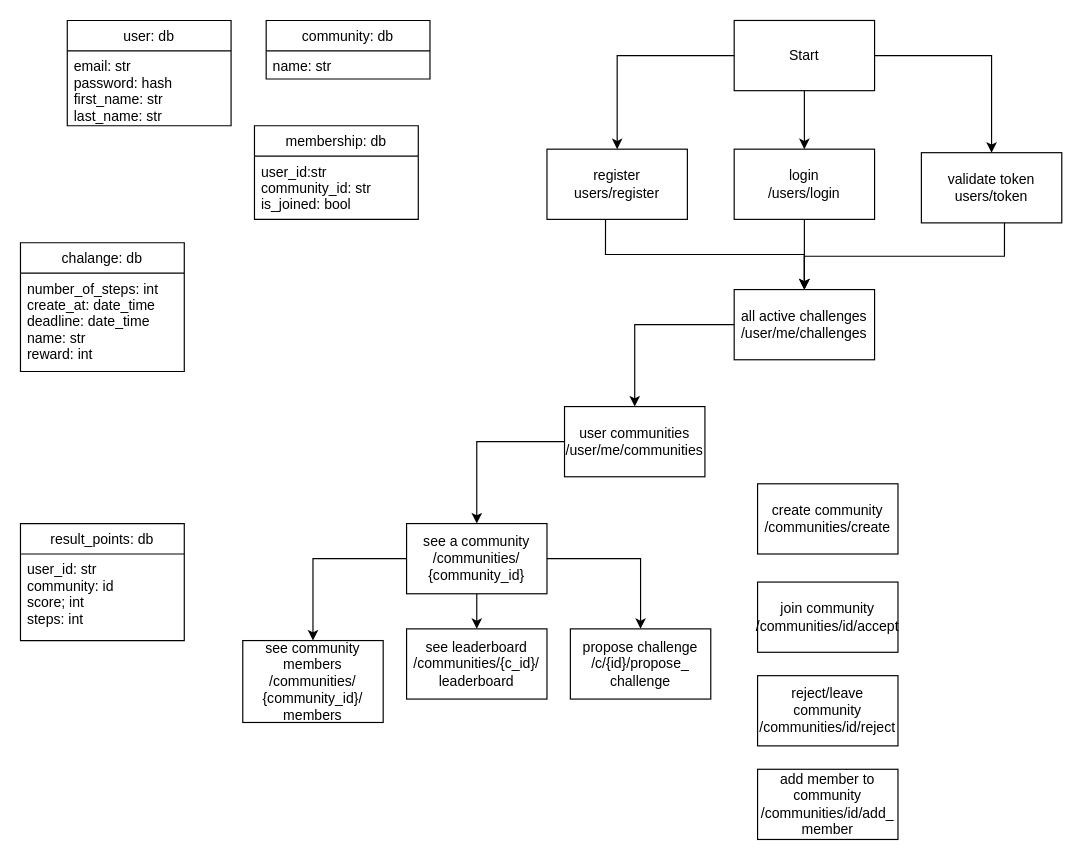
Baba-Yaga-Bv/Moove-old keeps this draw.io diagram as api_2020.drawio. Above is the earlier version. Source tidied: cells renumbered, new cells numbered last; positions are measured from the earlier drawing's top-left corner, leaving out a move shared by most shapes. Both pictures are drawn from the tidied source at 117%, with x=0, y=0 at pixel (20, 20).
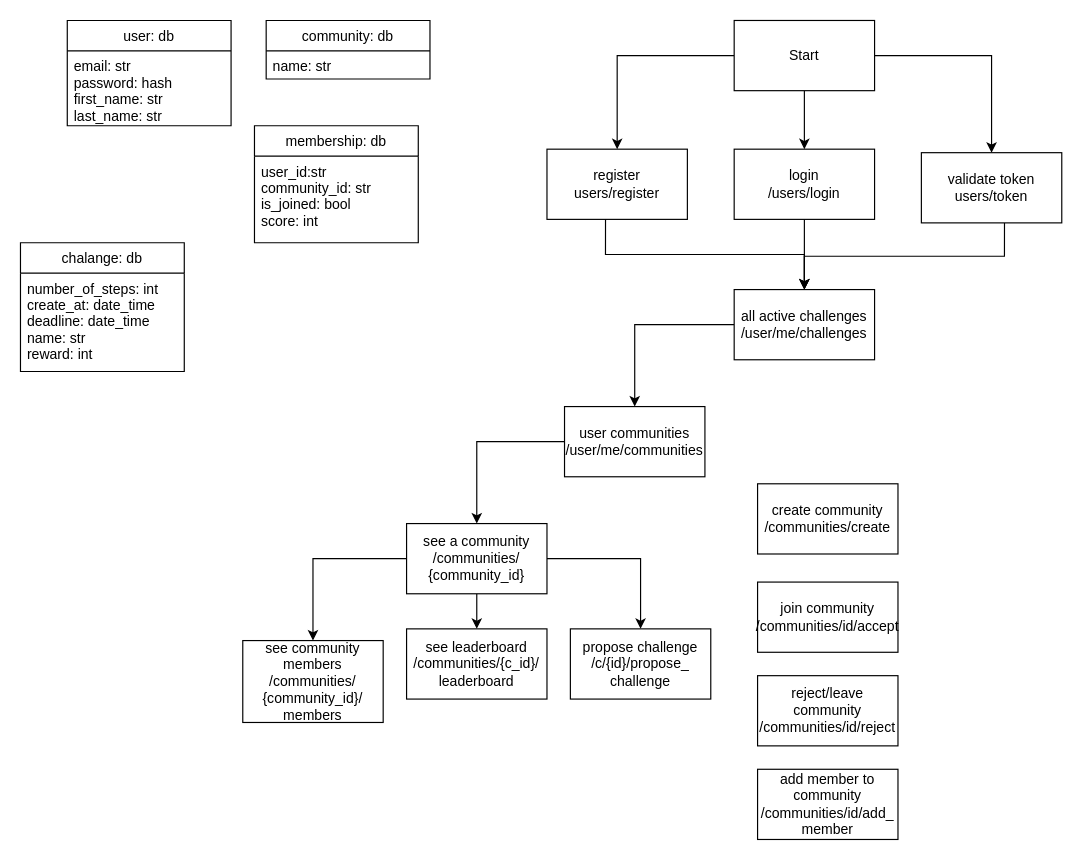
The same diagram, later.

The edit, as a diff of the source:
```diff
@@
     <mxCell id="4" value="membership: db" style="swimlane;fontStyle=0;horizontal=1;startSize=26;fillColor=none;" parent="1" vertex="1">
-      <mxGeometry x="200" y="90" width="140" height="80" as="geometry" />
+      <mxGeometry x="200" y="90" width="140" height="100" as="geometry" />
     </mxCell>
-    <mxCell id="5" value="user_id:str&#10;community_id: str&#10;is_joined: bool" style="text;strokeColor=none;fillColor=none;align=left;verticalAlign=top;spacingLeft=4;spacingRight=4;overflow=hidden;" parent="4" vertex="1">
-      <mxGeometry y="26" width="140" height="54" as="geometry" />
+    <mxCell id="5" value="user_id:str&#10;community_id: str&#10;is_joined: bool&#10;score: int" style="text;strokeColor=none;fillColor=none;align=left;verticalAlign=top;spacingLeft=4;spacingRight=4;overflow=hidden;" parent="4" vertex="1">
+      <mxGeometry y="26" width="140" height="74" as="geometry" />
     </mxCell>
@@
-    <mxCell id="10" value="result_points: db" style="swimlane;fontStyle=0;horizontal=1;startSize=26;fillColor=none;" parent="1" vertex="1">
-      <mxGeometry y="430" width="140" height="100" as="geometry" />
-    </mxCell>
-    <mxCell id="11" value="user_id: str&#10;community: id&#10;score; int&#10;steps: int" style="text;strokeColor=none;fillColor=none;align=left;verticalAlign=top;spacingLeft=4;spacingRight=4;overflow=hidden;" parent="10" vertex="1">
-      <mxGeometry y="26" width="140" height="74" as="geometry" />
-    </mxCell>
```
